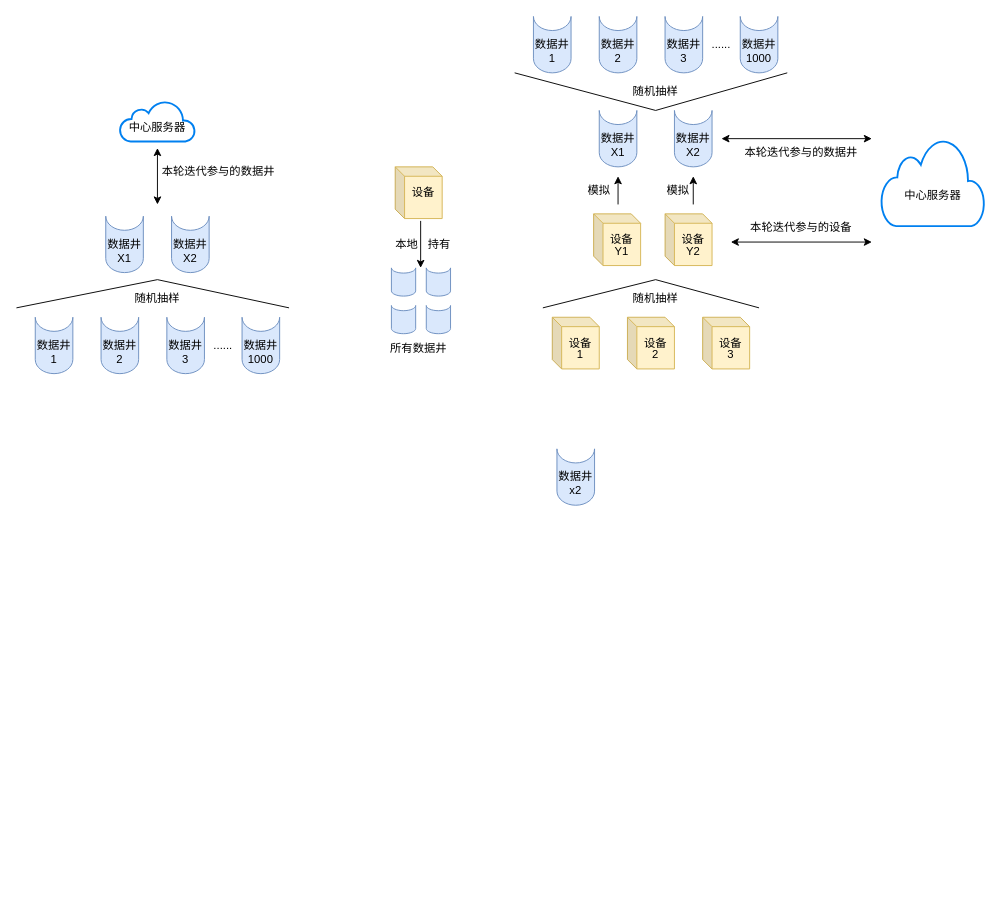
Earlier version of the draw.io diagram Untitled Diagram.drawio (DiamondDocument/DiamondDocument). Source tidied: cells renumbered, new cells numbered last; positions are measured from the earlier drawing's top-left corner, leaving out a move shared by most shapes. Both pictures are drawn from the tidied source at 94%, with x=0, y=0 at pixel (16, 16).
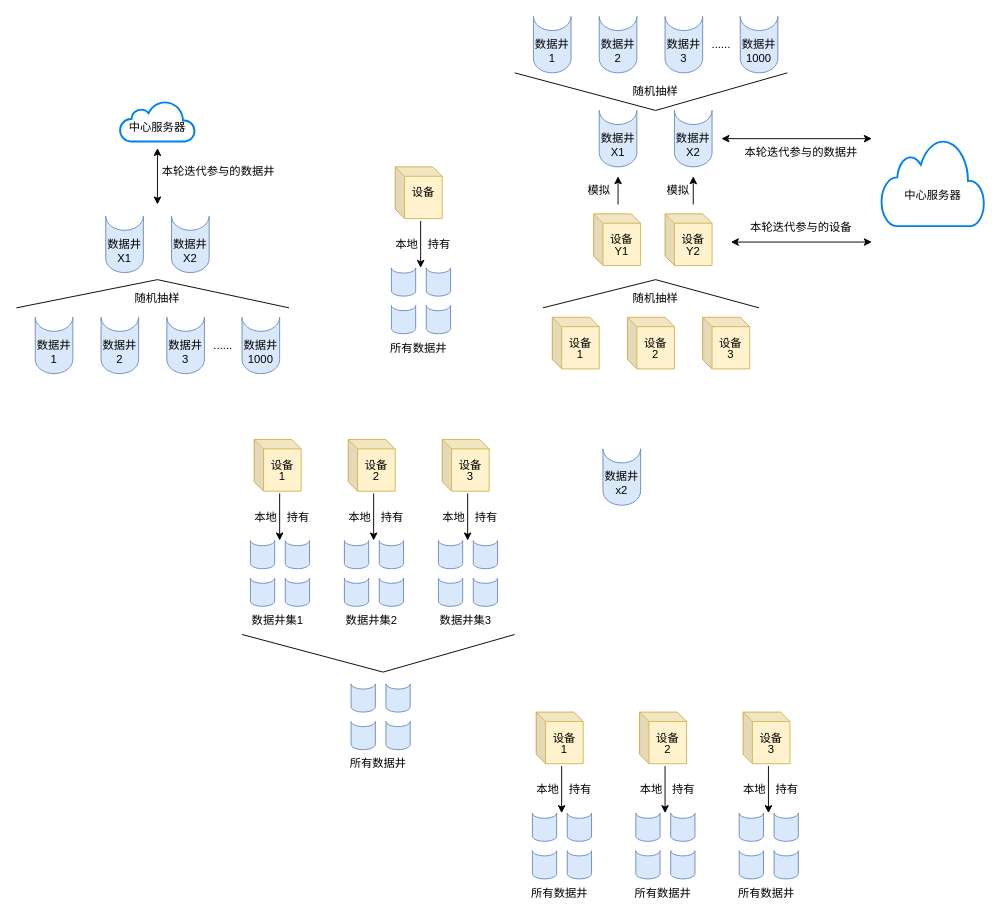
After the change.

Change to the diagram source:
```diff
@@
     <mxCell id="2" style="group;" parent="1" vertex="1">
-      <mxGeometry x="565" y="460" width="60" height="60" as="geometry" />
+      <mxGeometry x="614" y="460" width="60" height="60" as="geometry" />
     </mxCell>
@@
+    <mxCell id="118" style="group;" parent="1" vertex="1">
+      <mxGeometry x="230" y="450" width="82.9" height="207.5" as="geometry" />
+    </mxCell>
+    <mxCell id="119" style="group;" parent="118" vertex="1">
+      <mxGeometry x="22.9" width="60" height="55" as="geometry" />
+    </mxCell>
+    <mxCell id="120" style="shape=cube;whiteSpace=wrap;html=1;boundedLbl=1;backgroundOutline=1;darkOpacity=0.05;darkOpacity2=0.1;size=10;fillColor=#fff2cc;strokeColor=#d6b656;" parent="119" vertex="1">
+      <mxGeometry width="50" height="55" as="geometry" />
+    </mxCell>
+    <mxCell id="121" value="设备" style="text;html=1;strokeColor=none;fillColor=none;align=center;verticalAlign=middle;whiteSpace=wrap;rounded=0;" parent="119" vertex="1">
+      <mxGeometry y="12.5" width="60" height="30" as="geometry" />
+    </mxCell>
+    <mxCell id="122" value="1" style="text;html=1;strokeColor=none;fillColor=none;align=center;verticalAlign=middle;whiteSpace=wrap;rounded=0;" parent="119" vertex="1">
+      <mxGeometry y="25" width="60" height="30" as="geometry" />
+    </mxCell>
+    <mxCell id="123" style="group;" parent="118" vertex="1">
+      <mxGeometry x="12.9" y="107.5" width="70" height="100" as="geometry" />
+    </mxCell>
+    <mxCell id="124" style="shape=cylinder3;whiteSpace=wrap;html=1;boundedLbl=1;backgroundOutline=1;size=5.518670595609194;lid=0;fillColor=#dae8fc;strokeColor=#6c8ebf;" parent="123" vertex="1">
+      <mxGeometry x="6" width="25.8" height="30" as="geometry" />
+    </mxCell>
+    <mxCell id="125" style="shape=cylinder3;whiteSpace=wrap;html=1;boundedLbl=1;backgroundOutline=1;size=5.518670595609194;lid=0;fillColor=#dae8fc;strokeColor=#6c8ebf;" parent="123" vertex="1">
+      <mxGeometry x="43.1" width="25.8" height="30" as="geometry" />
+    </mxCell>
+    <mxCell id="126" style="shape=cylinder3;whiteSpace=wrap;html=1;boundedLbl=1;backgroundOutline=1;size=5.518670595609194;lid=0;fillColor=#dae8fc;strokeColor=#6c8ebf;" parent="123" vertex="1">
+      <mxGeometry x="6" y="40" width="25.8" height="30" as="geometry" />
+    </mxCell>
+    <mxCell id="127" style="shape=cylinder3;whiteSpace=wrap;html=1;boundedLbl=1;backgroundOutline=1;size=5.518670595609194;lid=0;fillColor=#dae8fc;strokeColor=#6c8ebf;" parent="123" vertex="1">
+      <mxGeometry x="43.1" y="40" width="25.8" height="30" as="geometry" />
+    </mxCell>
+    <mxCell id="128" value="数据井集1" style="text;html=1;strokeColor=none;fillColor=none;align=center;verticalAlign=middle;whiteSpace=wrap;rounded=0;" parent="123" vertex="1">
+      <mxGeometry y="70" width="70" height="30" as="geometry" />
+    </mxCell>
+    <mxCell id="129" style="endArrow=classic;html=1;rounded=0;" parent="118" edge="1">
+      <mxGeometry relative="1" as="geometry">
+        <mxPoint x="50" y="57.5" as="sourcePoint" />
+        <mxPoint x="50" y="107.5" as="targetPoint" />
+      </mxGeometry>
+    </mxCell>
+    <mxCell id="130" value="持有" style="text;html=1;strokeColor=none;fillColor=none;align=center;verticalAlign=middle;whiteSpace=wrap;rounded=0;" parent="118" vertex="1">
+      <mxGeometry x="40" y="67.5" width="60" height="30" as="geometry" />
+    </mxCell>
+    <mxCell id="131" value="本地" style="text;html=1;align=center;verticalAlign=middle;strokeColor=none;fillColor=none;" parent="118" vertex="1">
+      <mxGeometry x="10" y="67.5" width="50" height="30" as="geometry" />
+    </mxCell>
+    <mxCell id="132" style="group;" parent="1" vertex="1">
+      <mxGeometry x="330" y="450" width="82.9" height="207.5" as="geometry" />
+    </mxCell>
+    <mxCell id="133" style="group;" parent="132" vertex="1">
+      <mxGeometry x="22.9" width="60" height="55" as="geometry" />
+    </mxCell>
+    <mxCell id="134" style="shape=cube;whiteSpace=wrap;html=1;boundedLbl=1;backgroundOutline=1;darkOpacity=0.05;darkOpacity2=0.1;size=10;fillColor=#fff2cc;strokeColor=#d6b656;" parent="133" vertex="1">
+      <mxGeometry width="50" height="55" as="geometry" />
+    </mxCell>
+    <mxCell id="135" value="设备" style="text;html=1;strokeColor=none;fillColor=none;align=center;verticalAlign=middle;whiteSpace=wrap;rounded=0;" parent="133" vertex="1">
+      <mxGeometry y="12.5" width="60" height="30" as="geometry" />
+    </mxCell>
+    <mxCell id="136" value="2" style="text;html=1;strokeColor=none;fillColor=none;align=center;verticalAlign=middle;whiteSpace=wrap;rounded=0;" parent="133" vertex="1">
+      <mxGeometry y="25" width="60" height="30" as="geometry" />
+    </mxCell>
+    <mxCell id="137" style="group;" parent="132" vertex="1">
+      <mxGeometry x="12.9" y="107.5" width="70" height="100" as="geometry" />
+    </mxCell>
+    <mxCell id="138" style="shape=cylinder3;whiteSpace=wrap;html=1;boundedLbl=1;backgroundOutline=1;size=5.518670595609194;lid=0;fillColor=#dae8fc;strokeColor=#6c8ebf;" parent="137" vertex="1">
+      <mxGeometry x="6" width="25.8" height="30" as="geometry" />
+    </mxCell>
+    <mxCell id="139" style="shape=cylinder3;whiteSpace=wrap;html=1;boundedLbl=1;backgroundOutline=1;size=5.518670595609194;lid=0;fillColor=#dae8fc;strokeColor=#6c8ebf;" parent="137" vertex="1">
+      <mxGeometry x="43.1" width="25.8" height="30" as="geometry" />
+    </mxCell>
+    <mxCell id="140" style="shape=cylinder3;whiteSpace=wrap;html=1;boundedLbl=1;backgroundOutline=1;size=5.518670595609194;lid=0;fillColor=#dae8fc;strokeColor=#6c8ebf;" parent="137" vertex="1">
+      <mxGeometry x="6" y="40" width="25.8" height="30" as="geometry" />
+    </mxCell>
+    <mxCell id="141" style="shape=cylinder3;whiteSpace=wrap;html=1;boundedLbl=1;backgroundOutline=1;size=5.518670595609194;lid=0;fillColor=#dae8fc;strokeColor=#6c8ebf;" parent="137" vertex="1">
+      <mxGeometry x="43.1" y="40" width="25.8" height="30" as="geometry" />
+    </mxCell>
+    <mxCell id="142" value="数据井集2" style="text;html=1;strokeColor=none;fillColor=none;align=center;verticalAlign=middle;whiteSpace=wrap;rounded=0;" parent="137" vertex="1">
+      <mxGeometry y="70" width="70" height="30" as="geometry" />
+    </mxCell>
+    <mxCell id="143" style="endArrow=classic;html=1;rounded=0;" parent="132" edge="1">
+      <mxGeometry relative="1" as="geometry">
+        <mxPoint x="50" y="57.5" as="sourcePoint" />
+        <mxPoint x="50" y="107.5" as="targetPoint" />
+      </mxGeometry>
+    </mxCell>
+    <mxCell id="144" value="持有" style="text;html=1;strokeColor=none;fillColor=none;align=center;verticalAlign=middle;whiteSpace=wrap;rounded=0;" parent="132" vertex="1">
+      <mxGeometry x="40" y="67.5" width="60" height="30" as="geometry" />
+    </mxCell>
+    <mxCell id="145" value="本地" style="text;html=1;align=center;verticalAlign=middle;strokeColor=none;fillColor=none;" parent="132" vertex="1">
+      <mxGeometry x="10" y="67.5" width="50" height="30" as="geometry" />
+    </mxCell>
+    <mxCell id="146" style="group;" parent="1" vertex="1">
+      <mxGeometry x="430" y="450" width="82.9" height="207.5" as="geometry" />
+    </mxCell>
+    <mxCell id="147" style="group;" parent="146" vertex="1">
+      <mxGeometry x="22.9" width="60" height="55" as="geometry" />
+    </mxCell>
+    <mxCell id="148" style="shape=cube;whiteSpace=wrap;html=1;boundedLbl=1;backgroundOutline=1;darkOpacity=0.05;darkOpacity2=0.1;size=10;fillColor=#fff2cc;strokeColor=#d6b656;" parent="147" vertex="1">
+      <mxGeometry width="50" height="55" as="geometry" />
+    </mxCell>
+    <mxCell id="149" value="设备" style="text;html=1;strokeColor=none;fillColor=none;align=center;verticalAlign=middle;whiteSpace=wrap;rounded=0;" parent="147" vertex="1">
+      <mxGeometry y="12.5" width="60" height="30" as="geometry" />
+    </mxCell>
+    <mxCell id="150" value="3" style="text;html=1;strokeColor=none;fillColor=none;align=center;verticalAlign=middle;whiteSpace=wrap;rounded=0;" parent="147" vertex="1">
+      <mxGeometry y="25" width="60" height="30" as="geometry" />
+    </mxCell>
+    <mxCell id="151" style="group;" parent="146" vertex="1">
+      <mxGeometry x="12.9" y="107.5" width="70" height="100" as="geometry" />
+    </mxCell>
+    <mxCell id="152" style="shape=cylinder3;whiteSpace=wrap;html=1;boundedLbl=1;backgroundOutline=1;size=5.518670595609194;lid=0;fillColor=#dae8fc;strokeColor=#6c8ebf;" parent="151" vertex="1">
+      <mxGeometry x="6" width="25.8" height="30" as="geometry" />
+    </mxCell>
+    <mxCell id="153" style="shape=cylinder3;whiteSpace=wrap;html=1;boundedLbl=1;backgroundOutline=1;size=5.518670595609194;lid=0;fillColor=#dae8fc;strokeColor=#6c8ebf;" parent="151" vertex="1">
+      <mxGeometry x="43.1" width="25.8" height="30" as="geometry" />
+    </mxCell>
+    <mxCell id="154" style="shape=cylinder3;whiteSpace=wrap;html=1;boundedLbl=1;backgroundOutline=1;size=5.518670595609194;lid=0;fillColor=#dae8fc;strokeColor=#6c8ebf;" parent="151" vertex="1">
+      <mxGeometry x="6" y="40" width="25.8" height="30" as="geometry" />
+    </mxCell>
+    <mxCell id="155" style="shape=cylinder3;whiteSpace=wrap;html=1;boundedLbl=1;backgroundOutline=1;size=5.518670595609194;lid=0;fillColor=#dae8fc;strokeColor=#6c8ebf;" parent="151" vertex="1">
+      <mxGeometry x="43.1" y="40" width="25.8" height="30" as="geometry" />
+    </mxCell>
+    <mxCell id="156" value="数据井集3" style="text;html=1;strokeColor=none;fillColor=none;align=center;verticalAlign=middle;whiteSpace=wrap;rounded=0;" parent="151" vertex="1">
+      <mxGeometry y="70" width="70" height="30" as="geometry" />
+    </mxCell>
+    <mxCell id="157" style="endArrow=classic;html=1;rounded=0;" parent="146" edge="1">
+      <mxGeometry relative="1" as="geometry">
+        <mxPoint x="50" y="57.5" as="sourcePoint" />
+        <mxPoint x="50" y="107.5" as="targetPoint" />
+      </mxGeometry>
+    </mxCell>
+    <mxCell id="158" value="持有" style="text;html=1;strokeColor=none;fillColor=none;align=center;verticalAlign=middle;whiteSpace=wrap;rounded=0;" parent="146" vertex="1">
+      <mxGeometry x="40" y="67.5" width="60" height="30" as="geometry" />
+    </mxCell>
+    <mxCell id="159" value="本地" style="text;html=1;align=center;verticalAlign=middle;strokeColor=none;fillColor=none;" parent="146" vertex="1">
+      <mxGeometry x="10" y="67.5" width="50" height="30" as="geometry" />
+    </mxCell>
+    <mxCell id="160" style="group;" parent="1" vertex="1">
+      <mxGeometry x="350" y="710" width="70" height="100" as="geometry" />
+    </mxCell>
+    <mxCell id="161" style="shape=cylinder3;whiteSpace=wrap;html=1;boundedLbl=1;backgroundOutline=1;size=5.518670595609194;lid=0;fillColor=#dae8fc;strokeColor=#6c8ebf;" parent="160" vertex="1">
+      <mxGeometry x="6" width="25.8" height="30" as="geometry" />
+    </mxCell>
+    <mxCell id="162" style="shape=cylinder3;whiteSpace=wrap;html=1;boundedLbl=1;backgroundOutline=1;size=5.518670595609194;lid=0;fillColor=#dae8fc;strokeColor=#6c8ebf;" parent="160" vertex="1">
+      <mxGeometry x="43.1" width="25.8" height="30" as="geometry" />
+    </mxCell>
+    <mxCell id="163" style="shape=cylinder3;whiteSpace=wrap;html=1;boundedLbl=1;backgroundOutline=1;size=5.518670595609194;lid=0;fillColor=#dae8fc;strokeColor=#6c8ebf;" parent="160" vertex="1">
+      <mxGeometry x="6" y="40" width="25.8" height="30" as="geometry" />
+    </mxCell>
+    <mxCell id="164" style="shape=cylinder3;whiteSpace=wrap;html=1;boundedLbl=1;backgroundOutline=1;size=5.518670595609194;lid=0;fillColor=#dae8fc;strokeColor=#6c8ebf;" parent="160" vertex="1">
+      <mxGeometry x="43.1" y="40" width="25.8" height="30" as="geometry" />
+    </mxCell>
+    <mxCell id="165" value="所有数据井" style="text;html=1;strokeColor=none;fillColor=none;align=center;verticalAlign=middle;whiteSpace=wrap;rounded=0;" parent="160" vertex="1">
+      <mxGeometry y="70" width="70" height="30" as="geometry" />
+    </mxCell>
+    <mxCell id="166" style="endArrow=none;html=1;rounded=0;entryX=1;entryY=1;entryDx=0;entryDy=0;" parent="1" edge="1">
+      <mxGeometry relative="1" as="geometry">
+        <mxPoint x="390" y="697.5" as="sourcePoint" />
+        <mxPoint x="530" y="657.5" as="targetPoint" />
+      </mxGeometry>
+    </mxCell>
+    <mxCell id="167" style="endArrow=none;html=1;rounded=0;exitX=0.5;exitY=1;exitDx=0;exitDy=0;" parent="1" edge="1">
+      <mxGeometry relative="1" as="geometry">
+        <mxPoint x="390" y="697.5" as="sourcePoint" />
+        <mxPoint x="240" y="657.5" as="targetPoint" />
+      </mxGeometry>
+    </mxCell>
+    <mxCell id="168" style="group;" parent="1" vertex="1">
+      <mxGeometry x="530" y="740" width="82.9" height="207.5" as="geometry" />
+    </mxCell>
+    <mxCell id="169" style="group;" parent="168" vertex="1">
+      <mxGeometry x="22.9" width="60" height="55" as="geometry" />
+    </mxCell>
+    <mxCell id="170" style="shape=cube;whiteSpace=wrap;html=1;boundedLbl=1;backgroundOutline=1;darkOpacity=0.05;darkOpacity2=0.1;size=10;fillColor=#fff2cc;strokeColor=#d6b656;" parent="169" vertex="1">
+      <mxGeometry width="50" height="55" as="geometry" />
+    </mxCell>
+    <mxCell id="171" value="设备" style="text;html=1;strokeColor=none;fillColor=none;align=center;verticalAlign=middle;whiteSpace=wrap;rounded=0;" parent="169" vertex="1">
+      <mxGeometry y="12.5" width="60" height="30" as="geometry" />
+    </mxCell>
+    <mxCell id="172" value="1" style="text;html=1;strokeColor=none;fillColor=none;align=center;verticalAlign=middle;whiteSpace=wrap;rounded=0;" parent="169" vertex="1">
+      <mxGeometry y="25" width="60" height="30" as="geometry" />
+    </mxCell>
+    <mxCell id="173" style="group;" parent="168" vertex="1">
+      <mxGeometry x="12.9" y="107.5" width="70" height="100" as="geometry" />
+    </mxCell>
+    <mxCell id="174" style="shape=cylinder3;whiteSpace=wrap;html=1;boundedLbl=1;backgroundOutline=1;size=5.518670595609194;lid=0;fillColor=#dae8fc;strokeColor=#6c8ebf;" parent="173" vertex="1">
+      <mxGeometry x="6" width="25.8" height="30" as="geometry" />
+    </mxCell>
+    <mxCell id="175" style="shape=cylinder3;whiteSpace=wrap;html=1;boundedLbl=1;backgroundOutline=1;size=5.518670595609194;lid=0;fillColor=#dae8fc;strokeColor=#6c8ebf;" parent="173" vertex="1">
+      <mxGeometry x="43.1" width="25.8" height="30" as="geometry" />
+    </mxCell>
+    <mxCell id="176" style="shape=cylinder3;whiteSpace=wrap;html=1;boundedLbl=1;backgroundOutline=1;size=5.518670595609194;lid=0;fillColor=#dae8fc;strokeColor=#6c8ebf;" parent="173" vertex="1">
+      <mxGeometry x="6" y="40" width="25.8" height="30" as="geometry" />
+    </mxCell>
+    <mxCell id="177" style="shape=cylinder3;whiteSpace=wrap;html=1;boundedLbl=1;backgroundOutline=1;size=5.518670595609194;lid=0;fillColor=#dae8fc;strokeColor=#6c8ebf;" parent="173" vertex="1">
+      <mxGeometry x="43.1" y="40" width="25.8" height="30" as="geometry" />
+    </mxCell>
+    <mxCell id="178" value="所有数据井" style="text;html=1;strokeColor=none;fillColor=none;align=center;verticalAlign=middle;whiteSpace=wrap;rounded=0;" parent="173" vertex="1">
+      <mxGeometry y="70" width="70" height="30" as="geometry" />
+    </mxCell>
+    <mxCell id="179" style="endArrow=classic;html=1;rounded=0;" parent="168" edge="1">
+      <mxGeometry relative="1" as="geometry">
+        <mxPoint x="50" y="57.5" as="sourcePoint" />
+        <mxPoint x="50" y="107.5" as="targetPoint" />
+      </mxGeometry>
+    </mxCell>
+    <mxCell id="180" value="持有" style="text;html=1;strokeColor=none;fillColor=none;align=center;verticalAlign=middle;whiteSpace=wrap;rounded=0;" parent="168" vertex="1">
+      <mxGeometry x="40" y="67.5" width="60" height="30" as="geometry" />
+    </mxCell>
+    <mxCell id="181" value="本地" style="text;html=1;align=center;verticalAlign=middle;strokeColor=none;fillColor=none;" parent="168" vertex="1">
+      <mxGeometry x="10" y="67.5" width="50" height="30" as="geometry" />
+    </mxCell>
+    <mxCell id="182" style="group;" parent="1" vertex="1">
+      <mxGeometry x="640" y="740" width="82.9" height="207.5" as="geometry" />
+    </mxCell>
+    <mxCell id="183" style="group;" parent="182" vertex="1">
+      <mxGeometry x="22.9" width="60" height="55" as="geometry" />
+    </mxCell>
+    <mxCell id="184" style="shape=cube;whiteSpace=wrap;html=1;boundedLbl=1;backgroundOutline=1;darkOpacity=0.05;darkOpacity2=0.1;size=10;fillColor=#fff2cc;strokeColor=#d6b656;" parent="183" vertex="1">
+      <mxGeometry width="50" height="55" as="geometry" />
+    </mxCell>
+    <mxCell id="185" value="设备" style="text;html=1;strokeColor=none;fillColor=none;align=center;verticalAlign=middle;whiteSpace=wrap;rounded=0;" parent="183" vertex="1">
+      <mxGeometry y="12.5" width="60" height="30" as="geometry" />
+    </mxCell>
+    <mxCell id="186" value="2" style="text;html=1;strokeColor=none;fillColor=none;align=center;verticalAlign=middle;whiteSpace=wrap;rounded=0;" parent="183" vertex="1">
+      <mxGeometry y="25" width="60" height="30" as="geometry" />
+    </mxCell>
+    <mxCell id="187" style="group;" parent="182" vertex="1">
+      <mxGeometry x="12.9" y="107.5" width="70" height="100" as="geometry" />
+    </mxCell>
+    <mxCell id="188" style="shape=cylinder3;whiteSpace=wrap;html=1;boundedLbl=1;backgroundOutline=1;size=5.518670595609194;lid=0;fillColor=#dae8fc;strokeColor=#6c8ebf;" parent="187" vertex="1">
+      <mxGeometry x="6" width="25.8" height="30" as="geometry" />
+    </mxCell>
+    <mxCell id="189" style="shape=cylinder3;whiteSpace=wrap;html=1;boundedLbl=1;backgroundOutline=1;size=5.518670595609194;lid=0;fillColor=#dae8fc;strokeColor=#6c8ebf;" parent="187" vertex="1">
+      <mxGeometry x="43.1" width="25.8" height="30" as="geometry" />
+    </mxCell>
+    <mxCell id="190" style="shape=cylinder3;whiteSpace=wrap;html=1;boundedLbl=1;backgroundOutline=1;size=5.518670595609194;lid=0;fillColor=#dae8fc;strokeColor=#6c8ebf;" parent="187" vertex="1">
+      <mxGeometry x="6" y="40" width="25.8" height="30" as="geometry" />
+    </mxCell>
+    <mxCell id="191" style="shape=cylinder3;whiteSpace=wrap;html=1;boundedLbl=1;backgroundOutline=1;size=5.518670595609194;lid=0;fillColor=#dae8fc;strokeColor=#6c8ebf;" parent="187" vertex="1">
+      <mxGeometry x="43.1" y="40" width="25.8" height="30" as="geometry" />
+    </mxCell>
+    <mxCell id="192" value="所有数据井" style="text;html=1;strokeColor=none;fillColor=none;align=center;verticalAlign=middle;whiteSpace=wrap;rounded=0;" parent="187" vertex="1">
+      <mxGeometry y="70" width="70" height="30" as="geometry" />
+    </mxCell>
+    <mxCell id="193" style="endArrow=classic;html=1;rounded=0;" parent="182" edge="1">
+      <mxGeometry relative="1" as="geometry">
+        <mxPoint x="50" y="57.5" as="sourcePoint" />
+        <mxPoint x="50" y="107.5" as="targetPoint" />
+      </mxGeometry>
+    </mxCell>
+    <mxCell id="194" value="持有" style="text;html=1;strokeColor=none;fillColor=none;align=center;verticalAlign=middle;whiteSpace=wrap;rounded=0;" parent="182" vertex="1">
+      <mxGeometry x="40" y="67.5" width="60" height="30" as="geometry" />
+    </mxCell>
+    <mxCell id="195" value="本地" style="text;html=1;align=center;verticalAlign=middle;strokeColor=none;fillColor=none;" parent="182" vertex="1">
+      <mxGeometry x="10" y="67.5" width="50" height="30" as="geometry" />
+    </mxCell>
+    <mxCell id="196" style="group;" parent="1" vertex="1">
+      <mxGeometry x="750" y="740" width="82.9" height="207.5" as="geometry" />
+    </mxCell>
+    <mxCell id="197" style="group;" parent="196" vertex="1">
+      <mxGeometry x="22.9" width="60" height="55" as="geometry" />
+    </mxCell>
+    <mxCell id="198" style="shape=cube;whiteSpace=wrap;html=1;boundedLbl=1;backgroundOutline=1;darkOpacity=0.05;darkOpacity2=0.1;size=10;fillColor=#fff2cc;strokeColor=#d6b656;" parent="197" vertex="1">
+      <mxGeometry width="50" height="55" as="geometry" />
+    </mxCell>
+    <mxCell id="199" value="设备" style="text;html=1;strokeColor=none;fillColor=none;align=center;verticalAlign=middle;whiteSpace=wrap;rounded=0;" parent="197" vertex="1">
+      <mxGeometry y="12.5" width="60" height="30" as="geometry" />
+    </mxCell>
+    <mxCell id="200" value="3" style="text;html=1;strokeColor=none;fillColor=none;align=center;verticalAlign=middle;whiteSpace=wrap;rounded=0;" parent="197" vertex="1">
+      <mxGeometry y="25" width="60" height="30" as="geometry" />
+    </mxCell>
+    <mxCell id="201" style="group;" parent="196" vertex="1">
+      <mxGeometry x="12.9" y="107.5" width="70" height="100" as="geometry" />
+    </mxCell>
+    <mxCell id="202" style="shape=cylinder3;whiteSpace=wrap;html=1;boundedLbl=1;backgroundOutline=1;size=5.518670595609194;lid=0;fillColor=#dae8fc;strokeColor=#6c8ebf;" parent="201" vertex="1">
+      <mxGeometry x="6" width="25.8" height="30" as="geometry" />
+    </mxCell>
+    <mxCell id="203" style="shape=cylinder3;whiteSpace=wrap;html=1;boundedLbl=1;backgroundOutline=1;size=5.518670595609194;lid=0;fillColor=#dae8fc;strokeColor=#6c8ebf;" parent="201" vertex="1">
+      <mxGeometry x="43.1" width="25.8" height="30" as="geometry" />
+    </mxCell>
+    <mxCell id="204" style="shape=cylinder3;whiteSpace=wrap;html=1;boundedLbl=1;backgroundOutline=1;size=5.518670595609194;lid=0;fillColor=#dae8fc;strokeColor=#6c8ebf;" parent="201" vertex="1">
+      <mxGeometry x="6" y="40" width="25.8" height="30" as="geometry" />
+    </mxCell>
+    <mxCell id="205" style="shape=cylinder3;whiteSpace=wrap;html=1;boundedLbl=1;backgroundOutline=1;size=5.518670595609194;lid=0;fillColor=#dae8fc;strokeColor=#6c8ebf;" parent="201" vertex="1">
+      <mxGeometry x="43.1" y="40" width="25.8" height="30" as="geometry" />
+    </mxCell>
+    <mxCell id="206" value="所有数据井" style="text;html=1;strokeColor=none;fillColor=none;align=center;verticalAlign=middle;whiteSpace=wrap;rounded=0;" parent="201" vertex="1">
+      <mxGeometry y="70" width="70" height="30" as="geometry" />
+    </mxCell>
+    <mxCell id="207" style="endArrow=classic;html=1;rounded=0;" parent="196" edge="1">
+      <mxGeometry relative="1" as="geometry">
+        <mxPoint x="50" y="57.5" as="sourcePoint" />
+        <mxPoint x="50" y="107.5" as="targetPoint" />
+      </mxGeometry>
+    </mxCell>
+    <mxCell id="208" value="持有" style="text;html=1;strokeColor=none;fillColor=none;align=center;verticalAlign=middle;whiteSpace=wrap;rounded=0;" parent="196" vertex="1">
+      <mxGeometry x="40" y="67.5" width="60" height="30" as="geometry" />
+    </mxCell>
+    <mxCell id="209" value="本地" style="text;html=1;align=center;verticalAlign=middle;strokeColor=none;fillColor=none;" parent="196" vertex="1">
+      <mxGeometry x="10" y="67.5" width="50" height="30" as="geometry" />
+    </mxCell>
```
